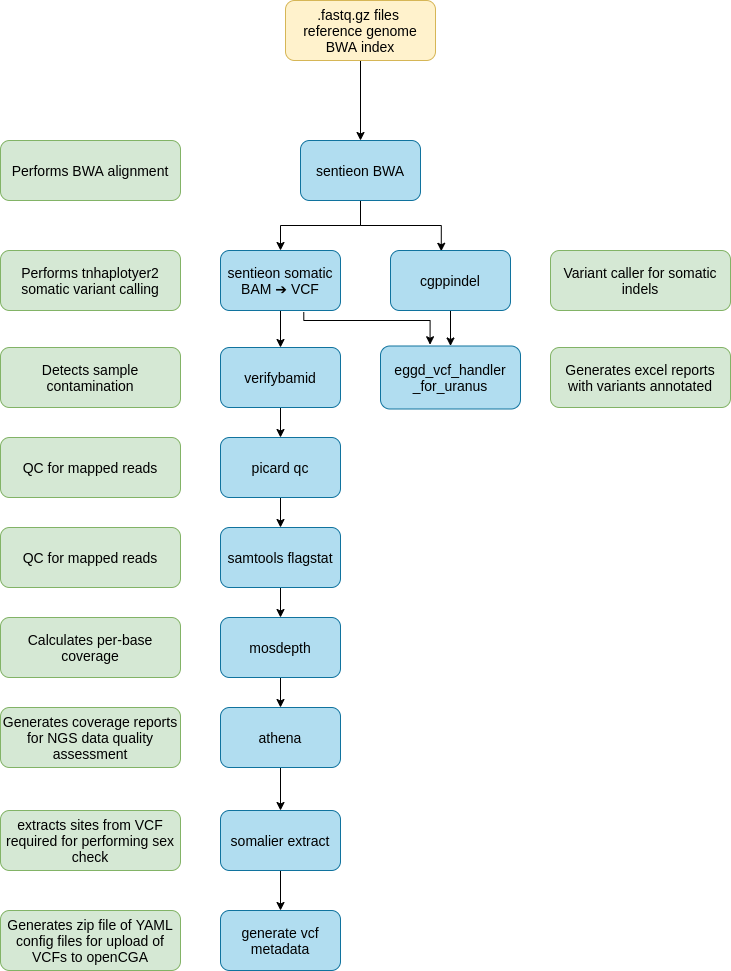
Before: images/workflow.png, a diagram exported from draw.io (eastgenomics/eggd_uranus_main_workflow). Source tidied: cells renumbered, new cells last; positions are measured from the earlier drawing's top-left corner, leaving out a move shared by most shapes.
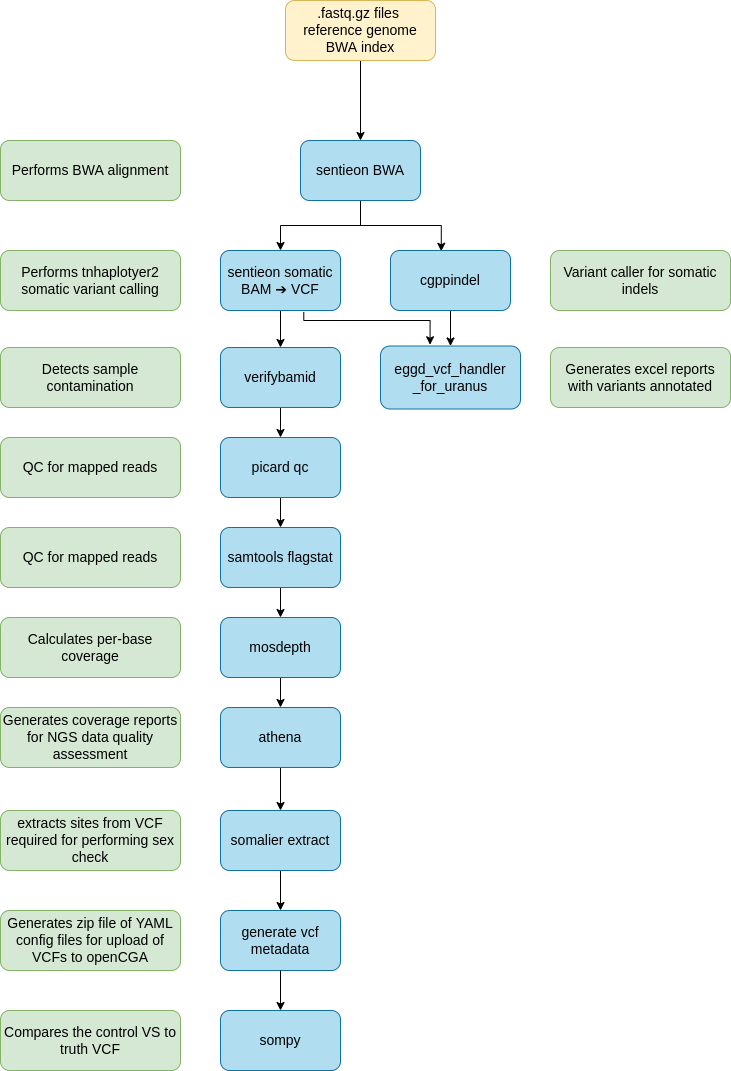
The same diagram one commit later.

Commit message:
URA-186 update workflow

What changed in the source:
```diff
@@ -112,5 +112,16 @@
     <mxCell id="36" value="&lt;font color=&quot;#000000&quot; style=&quot;font-size: 14px&quot;&gt;extracts sites from VCF required for performing sex check&lt;/font&gt;" style="rounded=1;whiteSpace=wrap;html=1;fillColor=#d5e8d4;strokeColor=#82b366;fontSize=14;" parent="1" vertex="1">
       <mxGeometry y="810" width="180" height="60" as="geometry" />
     </mxCell>
+    <mxCell id="37" value="sompy" style="rounded=1;whiteSpace=wrap;html=1;fillColor=#b1ddf0;strokeColor=#10739e;fontSize=14;" parent="1" vertex="1">
+      <mxGeometry x="220" y="1010" width="120" height="60" as="geometry" />
+    </mxCell>
+    <mxCell id="38" value="&lt;font color=&quot;#000000&quot; style=&quot;font-size: 14px&quot;&gt;Compares the control VS to truth VCF&lt;/font&gt;" style="rounded=1;whiteSpace=wrap;html=1;fillColor=#d5e8d4;strokeColor=#82b366;fontSize=14;" parent="1" vertex="1">
+      <mxGeometry y="1010" width="180" height="60" as="geometry" />
+    </mxCell>
+    <mxCell id="39" style="edgeStyle=none;html=1;" parent="1" edge="1" target="37">
+      <mxGeometry relative="1" as="geometry">
+        <mxPoint x="280" y="970" as="sourcePoint" />
+      </mxGeometry>
+    </mxCell>
   </root>
 </mxGraphModel>
```
